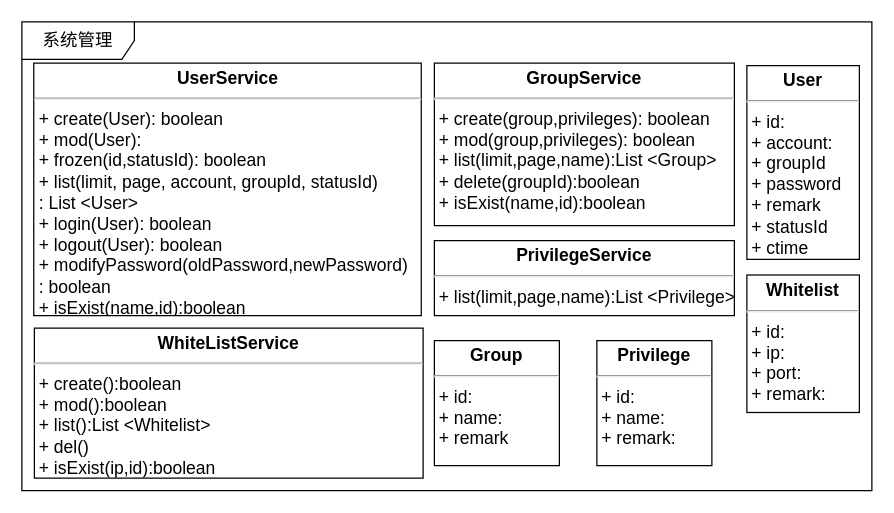
Before: IOTManage/class-sys.drawio in waterwatermelon/graph, a draw.io diagram. Source tidied: cells renumbered, new cells numbered last; positions are measured from the earlier drawing's top-left corner, leaving out a move shared by most shapes. Both pictures are drawn from the tidied source at 125%, with x=0, y=0 at pixel (21, 21).
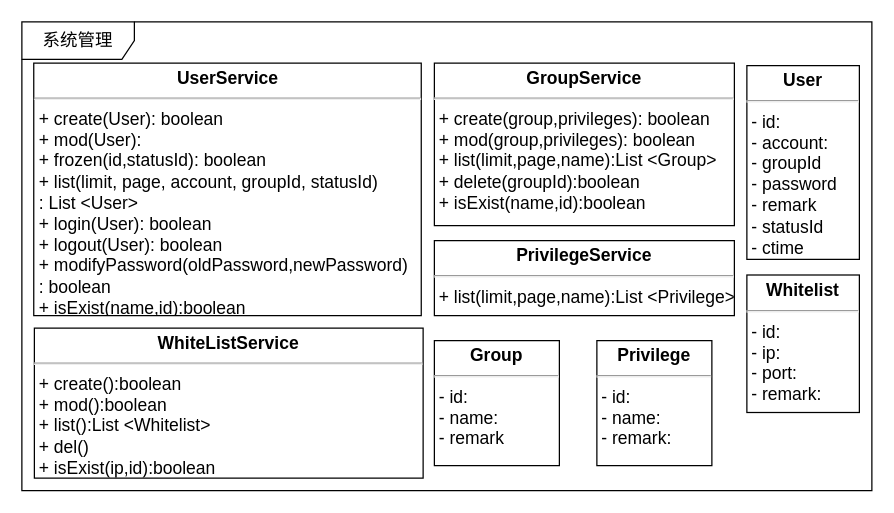
After the change.

The edit, as a diff of the source:
```diff
@@
 <mxGraphModel background="#ffffff">
   <root>
     <mxCell id="0" />
     <mxCell id="1" parent="0" />
     <mxCell id="2" value="系统管理" style="shape=umlFrame;whiteSpace=wrap;html=1;rounded=0;shadow=0;comic=0;labelBackgroundColor=none;strokeColor=#000000;strokeWidth=1;fillColor=#ffffff;fontFamily=Verdana;fontSize=14;fontColor=#000000;align=center;width=90;height=30;" parent="1" vertex="1">
       <mxGeometry width="680" height="375" as="geometry" />
     </mxCell>
     <mxCell id="3" value="&lt;p style=&quot;margin: 4px 0px 0px ; text-align: center ; font-size: 14px&quot;&gt;&lt;b style=&quot;font-size: 14px&quot;&gt;UserService&lt;/b&gt;&lt;/p&gt;&lt;hr style=&quot;font-size: 14px&quot;&gt;&lt;p style=&quot;margin: 0px 0px 0px 4px ; font-size: 14px&quot;&gt;+ create(User): boolean&lt;br style=&quot;font-size: 14px&quot;&gt;&lt;/p&gt;&lt;p style=&quot;margin: 0px 0px 0px 4px ; font-size: 14px&quot;&gt;&lt;span style=&quot;font-size: 14px&quot;&gt;+ mod(User):&lt;/span&gt;&lt;br style=&quot;font-size: 14px&quot;&gt;&lt;/p&gt;&lt;p style=&quot;margin: 0px 0px 0px 4px ; font-size: 14px&quot;&gt;+ frozen(id,&lt;span&gt;statusId&lt;/span&gt;&lt;span&gt;): boolean&lt;/span&gt;&lt;/p&gt;&lt;p style=&quot;margin: 0px 0px 0px 4px ; font-size: 14px&quot;&gt;&lt;span&gt;+ list(&lt;/span&gt;&lt;span&gt;limit&lt;/span&gt;&lt;span&gt;, &lt;/span&gt;&lt;span&gt;page&lt;/span&gt;&lt;span&gt;, &lt;/span&gt;&lt;span&gt;account&lt;/span&gt;&lt;span&gt;, &lt;/span&gt;&lt;span&gt;groupId&lt;/span&gt;&lt;span&gt;, &lt;/span&gt;&lt;span&gt;statusId&lt;/span&gt;&lt;span&gt;)&lt;/span&gt;&lt;/p&gt;&lt;p style=&quot;margin: 0px 0px 0px 4px ; font-size: 14px&quot;&gt;&lt;span&gt;: List &amp;lt;User&amp;gt;&lt;/span&gt;&lt;/p&gt;&lt;p style=&quot;margin: 0px 0px 0px 4px ; font-size: 14px&quot;&gt;+ login(User): boolean&lt;/p&gt;&lt;p style=&quot;margin: 0px 0px 0px 4px ; font-size: 14px&quot;&gt;+ logout(User): boolean&lt;/p&gt;&lt;p style=&quot;margin: 0px 0px 0px 4px ; font-size: 14px&quot;&gt;+ modifyPassword(oldPassword,newPassword)&lt;/p&gt;&lt;p style=&quot;margin: 0px 0px 0px 4px ; font-size: 14px&quot;&gt;: boolean&lt;/p&gt;&lt;p style=&quot;margin: 0px 0px 0px 4px ; font-size: 14px&quot;&gt;+ isExist(name,id):boolean&lt;br&gt;&lt;/p&gt;&lt;div style=&quot;font-size: 14px&quot;&gt;&lt;br style=&quot;font-size: 14px&quot;&gt;&lt;/div&gt;" style="verticalAlign=top;align=left;overflow=fill;fontSize=14;fontFamily=Helvetica;html=1;" parent="1" vertex="1">
       <mxGeometry x="9.5" y="33" width="310" height="202" as="geometry" />
     </mxCell>
     <mxCell id="4" value="&lt;p style=&quot;margin: 4px 0px 0px ; text-align: center ; font-size: 14px&quot;&gt;&lt;b style=&quot;font-size: 14px&quot;&gt;GroupService&lt;/b&gt;&lt;/p&gt;&lt;hr style=&quot;font-size: 14px&quot;&gt;&lt;p style=&quot;margin: 0px 0px 0px 4px ; font-size: 14px&quot;&gt;+ create(group,privileges): boolean&lt;br style=&quot;font-size: 14px&quot;&gt;&lt;/p&gt;&lt;p style=&quot;margin: 0px 0px 0px 4px ; font-size: 14px&quot;&gt;&lt;span style=&quot;font-size: 14px&quot;&gt;+ mod(group,privileges): boolean&lt;/span&gt;&lt;br style=&quot;font-size: 14px&quot;&gt;&lt;/p&gt;&lt;p style=&quot;margin: 0px 0px 0px 4px ; font-size: 14px&quot;&gt;&lt;span style=&quot;font-size: 14px&quot;&gt;+ list(limit,page,name):List &amp;lt;Group&amp;gt;&lt;/span&gt;&lt;br style=&quot;font-size: 14px&quot;&gt;&lt;/p&gt;&lt;p style=&quot;margin: 0px 0px 0px 4px ; font-size: 14px&quot;&gt;+ delete(groupId):boolean&lt;/p&gt;&lt;p style=&quot;margin: 0px 0px 0px 4px ; font-size: 14px&quot;&gt;&lt;span&gt;+ isExist(name,id):boolean&lt;/span&gt;&lt;/p&gt;" style="verticalAlign=top;align=left;overflow=fill;fontSize=14;fontFamily=Helvetica;html=1;" parent="1" vertex="1">
       <mxGeometry x="330" y="33" width="240" height="130" as="geometry" />
     </mxCell>
     <mxCell id="5" value="&lt;p style=&quot;margin: 4px 0px 0px ; text-align: center ; font-size: 14px&quot;&gt;&lt;b style=&quot;font-size: 14px&quot;&gt;WhiteListService&lt;/b&gt;&lt;/p&gt;&lt;hr style=&quot;font-size: 14px&quot;&gt;&lt;p style=&quot;margin: 0px 0px 0px 4px ; font-size: 14px&quot;&gt;+ create():boolean&lt;br style=&quot;font-size: 14px&quot;&gt;&lt;/p&gt;&lt;p style=&quot;margin: 0px 0px 0px 4px ; font-size: 14px&quot;&gt;&lt;span style=&quot;font-size: 14px&quot;&gt;+ mod():boolean&lt;/span&gt;&lt;br style=&quot;font-size: 14px&quot;&gt;&lt;/p&gt;&lt;p style=&quot;margin: 0px 0px 0px 4px ; font-size: 14px&quot;&gt;&lt;span&gt;+ list():List &amp;lt;Whitelist&amp;gt;&lt;/span&gt;&lt;/p&gt;&lt;p style=&quot;margin: 0px 0px 0px 4px ; font-size: 14px&quot;&gt;&lt;span&gt;+ del()&lt;/span&gt;&lt;/p&gt;&lt;p style=&quot;margin: 0px 0px 0px 4px ; font-size: 14px&quot;&gt;&lt;span&gt;+ isExist(ip,id):boolean&lt;/span&gt;&lt;/p&gt;" style="verticalAlign=top;align=left;overflow=fill;fontSize=14;fontFamily=Helvetica;html=1;" parent="1" vertex="1">
       <mxGeometry x="10" y="245" width="311" height="120" as="geometry" />
     </mxCell>
-    <mxCell id="6" value="&lt;p style=&quot;margin: 4px 0px 0px ; text-align: center ; font-size: 14px&quot;&gt;&lt;b style=&quot;font-size: 14px&quot;&gt;Privilege&lt;/b&gt;&lt;br style=&quot;font-size: 14px&quot;&gt;&lt;/p&gt;&lt;hr style=&quot;font-size: 14px&quot;&gt;&lt;p style=&quot;margin: 0px 0px 0px 4px ; font-size: 14px&quot;&gt;+ id:&amp;nbsp;&lt;/p&gt;&lt;p style=&quot;margin: 0px 0px 0px 4px ; font-size: 14px&quot;&gt;+ name:&amp;nbsp;&lt;/p&gt;&lt;p style=&quot;margin: 0px 0px 0px 4px ; font-size: 14px&quot;&gt;+ remark:&amp;nbsp;&lt;/p&gt;&lt;p style=&quot;margin: 0px 0px 0px 4px ; font-size: 14px&quot;&gt;&lt;br style=&quot;font-size: 14px&quot;&gt;&lt;/p&gt;" style="verticalAlign=top;align=left;overflow=fill;fontSize=14;fontFamily=Helvetica;html=1;" parent="1" vertex="1">
+    <mxCell id="6" value="&lt;p style=&quot;margin: 4px 0px 0px ; text-align: center ; font-size: 14px&quot;&gt;&lt;b style=&quot;font-size: 14px&quot;&gt;Privilege&lt;/b&gt;&lt;br style=&quot;font-size: 14px&quot;&gt;&lt;/p&gt;&lt;hr style=&quot;font-size: 14px&quot;&gt;&lt;p style=&quot;margin: 0px 0px 0px 4px ; font-size: 14px&quot;&gt;- id:&amp;nbsp;&lt;/p&gt;&lt;p style=&quot;margin: 0px 0px 0px 4px ; font-size: 14px&quot;&gt;- name:&amp;nbsp;&lt;/p&gt;&lt;p style=&quot;margin: 0px 0px 0px 4px ; font-size: 14px&quot;&gt;- remark:&amp;nbsp;&lt;/p&gt;&lt;p style=&quot;margin: 0px 0px 0px 4px ; font-size: 14px&quot;&gt;&lt;br style=&quot;font-size: 14px&quot;&gt;&lt;/p&gt;" style="verticalAlign=top;align=left;overflow=fill;fontSize=14;fontFamily=Helvetica;html=1;" parent="1" vertex="1">
       <mxGeometry x="460" y="255" width="92" height="100" as="geometry" />
     </mxCell>
-    <mxCell id="7" value="&lt;p style=&quot;margin: 4px 0px 0px ; text-align: center ; font-size: 14px&quot;&gt;&lt;b&gt;User&lt;/b&gt;&lt;/p&gt;&lt;hr style=&quot;font-size: 14px&quot;&gt;&lt;p style=&quot;margin: 0px 0px 0px 4px ; font-size: 14px&quot;&gt;+ id:&amp;nbsp;&lt;/p&gt;&lt;p style=&quot;margin: 0px 0px 0px 4px ; font-size: 14px&quot;&gt;+ account:&amp;nbsp;&lt;/p&gt;&lt;p style=&quot;margin: 0px 0px 0px 4px ; font-size: 14px&quot;&gt;+ groupId&lt;/p&gt;&lt;p style=&quot;margin: 0px 0px 0px 4px ; font-size: 14px&quot;&gt;&lt;span&gt;+ password&amp;nbsp;&lt;/span&gt;&lt;br&gt;&lt;/p&gt;&lt;p style=&quot;margin: 0px 0px 0px 4px ; font-size: 14px&quot;&gt;&lt;span&gt;+ remark&lt;/span&gt;&lt;/p&gt;&lt;p style=&quot;margin: 0px 0px 0px 4px ; font-size: 14px&quot;&gt;&lt;span&gt;+ statusId&lt;/span&gt;&lt;/p&gt;&lt;p style=&quot;margin: 0px 0px 0px 4px ; font-size: 14px&quot;&gt;&lt;span&gt;+ ctime&lt;/span&gt;&lt;/p&gt;&lt;p style=&quot;margin: 0px 0px 0px 4px ; font-size: 14px&quot;&gt;&lt;br style=&quot;font-size: 14px&quot;&gt;&lt;/p&gt;" style="verticalAlign=top;align=left;overflow=fill;fontSize=14;fontFamily=Helvetica;html=1;" parent="1" vertex="1">
+    <mxCell id="7" value="&lt;p style=&quot;margin: 4px 0px 0px ; text-align: center ; font-size: 14px&quot;&gt;&lt;b&gt;User&lt;/b&gt;&lt;/p&gt;&lt;hr style=&quot;font-size: 14px&quot;&gt;&lt;p style=&quot;margin: 0px 0px 0px 4px ; font-size: 14px&quot;&gt;- id:&amp;nbsp;&lt;/p&gt;&lt;p style=&quot;margin: 0px 0px 0px 4px ; font-size: 14px&quot;&gt;- account:&amp;nbsp;&lt;/p&gt;&lt;p style=&quot;margin: 0px 0px 0px 4px ; font-size: 14px&quot;&gt;- groupId&lt;/p&gt;&lt;p style=&quot;margin: 0px 0px 0px 4px ; font-size: 14px&quot;&gt;&lt;span&gt;- password&amp;nbsp;&lt;/span&gt;&lt;br&gt;&lt;/p&gt;&lt;p style=&quot;margin: 0px 0px 0px 4px ; font-size: 14px&quot;&gt;&lt;span&gt;- remark&lt;/span&gt;&lt;/p&gt;&lt;p style=&quot;margin: 0px 0px 0px 4px ; font-size: 14px&quot;&gt;&lt;span&gt;- statusId&lt;/span&gt;&lt;/p&gt;&lt;p style=&quot;margin: 0px 0px 0px 4px ; font-size: 14px&quot;&gt;&lt;span&gt;- ctime&lt;/span&gt;&lt;/p&gt;&lt;p style=&quot;margin: 0px 0px 0px 4px ; font-size: 14px&quot;&gt;&lt;br style=&quot;font-size: 14px&quot;&gt;&lt;/p&gt;" style="verticalAlign=top;align=left;overflow=fill;fontSize=14;fontFamily=Helvetica;html=1;" parent="1" vertex="1">
       <mxGeometry x="580" y="35" width="90" height="155" as="geometry" />
     </mxCell>
     <mxCell id="8" value="&lt;p style=&quot;margin: 4px 0px 0px ; text-align: center ; font-size: 14px&quot;&gt;&lt;b style=&quot;font-size: 14px&quot;&gt;PrivilegeService&lt;/b&gt;&lt;/p&gt;&lt;hr style=&quot;font-size: 14px&quot;&gt;&lt;p style=&quot;margin: 0px 0px 0px 4px ; font-size: 14px&quot;&gt;&lt;span&gt;+ list(limit,page,name):List &amp;lt;Privilege&amp;gt;&lt;/span&gt;&lt;/p&gt;" style="verticalAlign=top;align=left;overflow=fill;fontSize=14;fontFamily=Helvetica;html=1;" parent="1" vertex="1">
       <mxGeometry x="330" y="175" width="240" height="60" as="geometry" />
     </mxCell>
-    <mxCell id="9" value="&lt;p style=&quot;margin: 4px 0px 0px ; text-align: center ; font-size: 14px&quot;&gt;&lt;b&gt;Group&lt;/b&gt;&lt;/p&gt;&lt;hr style=&quot;font-size: 14px&quot;&gt;&lt;p style=&quot;margin: 0px 0px 0px 4px ; font-size: 14px&quot;&gt;+ id:&amp;nbsp;&lt;/p&gt;&lt;p style=&quot;margin: 0px 0px 0px 4px ; font-size: 14px&quot;&gt;+ name:&amp;nbsp;&lt;/p&gt;&lt;p style=&quot;margin: 0px 0px 0px 4px ; font-size: 14px&quot;&gt;&lt;span&gt;+ remark&lt;/span&gt;&lt;/p&gt;" style="verticalAlign=top;align=left;overflow=fill;fontSize=14;fontFamily=Helvetica;html=1;" parent="1" vertex="1">
+    <mxCell id="9" value="&lt;p style=&quot;margin: 4px 0px 0px ; text-align: center ; font-size: 14px&quot;&gt;&lt;b&gt;Group&lt;/b&gt;&lt;/p&gt;&lt;hr style=&quot;font-size: 14px&quot;&gt;&lt;p style=&quot;margin: 0px 0px 0px 4px ; font-size: 14px&quot;&gt;- id:&amp;nbsp;&lt;/p&gt;&lt;p style=&quot;margin: 0px 0px 0px 4px ; font-size: 14px&quot;&gt;- name:&amp;nbsp;&lt;/p&gt;&lt;p style=&quot;margin: 0px 0px 0px 4px ; font-size: 14px&quot;&gt;&lt;span&gt;- remark&lt;/span&gt;&lt;/p&gt;" style="verticalAlign=top;align=left;overflow=fill;fontSize=14;fontFamily=Helvetica;html=1;" parent="1" vertex="1">
       <mxGeometry x="330" y="255" width="100" height="100" as="geometry" />
     </mxCell>
-    <mxCell id="10" value="&lt;p style=&quot;margin: 4px 0px 0px ; text-align: center ; font-size: 14px&quot;&gt;&lt;b style=&quot;font-size: 14px&quot;&gt;Whitelist&lt;/b&gt;&lt;br style=&quot;font-size: 14px&quot;&gt;&lt;/p&gt;&lt;hr style=&quot;font-size: 14px&quot;&gt;&lt;p style=&quot;margin: 0px 0px 0px 4px ; font-size: 14px&quot;&gt;+ id:&amp;nbsp;&lt;/p&gt;&lt;p style=&quot;margin: 0px 0px 0px 4px ; font-size: 14px&quot;&gt;+ ip:&amp;nbsp;&lt;/p&gt;&lt;p style=&quot;margin: 0px 0px 0px 4px ; font-size: 14px&quot;&gt;+ port:&lt;/p&gt;&lt;p style=&quot;margin: 0px 0px 0px 4px ; font-size: 14px&quot;&gt;+ remark:&amp;nbsp;&lt;/p&gt;&lt;p style=&quot;margin: 0px 0px 0px 4px ; font-size: 14px&quot;&gt;&lt;br style=&quot;font-size: 14px&quot;&gt;&lt;/p&gt;" style="verticalAlign=top;align=left;overflow=fill;fontSize=14;fontFamily=Helvetica;html=1;" parent="1" vertex="1">
+    <mxCell id="10" value="&lt;p style=&quot;margin: 4px 0px 0px ; text-align: center ; font-size: 14px&quot;&gt;&lt;b style=&quot;font-size: 14px&quot;&gt;Whitelist&lt;/b&gt;&lt;br style=&quot;font-size: 14px&quot;&gt;&lt;/p&gt;&lt;hr style=&quot;font-size: 14px&quot;&gt;&lt;p style=&quot;margin: 0px 0px 0px 4px ; font-size: 14px&quot;&gt;- id:&amp;nbsp;&lt;/p&gt;&lt;p style=&quot;margin: 0px 0px 0px 4px ; font-size: 14px&quot;&gt;- ip:&amp;nbsp;&lt;/p&gt;&lt;p style=&quot;margin: 0px 0px 0px 4px ; font-size: 14px&quot;&gt;- port:&lt;/p&gt;&lt;p style=&quot;margin: 0px 0px 0px 4px ; font-size: 14px&quot;&gt;- remark:&amp;nbsp;&lt;/p&gt;&lt;p style=&quot;margin: 0px 0px 0px 4px ; font-size: 14px&quot;&gt;&lt;br style=&quot;font-size: 14px&quot;&gt;&lt;/p&gt;" style="verticalAlign=top;align=left;overflow=fill;fontSize=14;fontFamily=Helvetica;html=1;" parent="1" vertex="1">
       <mxGeometry x="580" y="202.5" width="90" height="110" as="geometry" />
     </mxCell>
   </root>
 </mxGraphModel>
```
